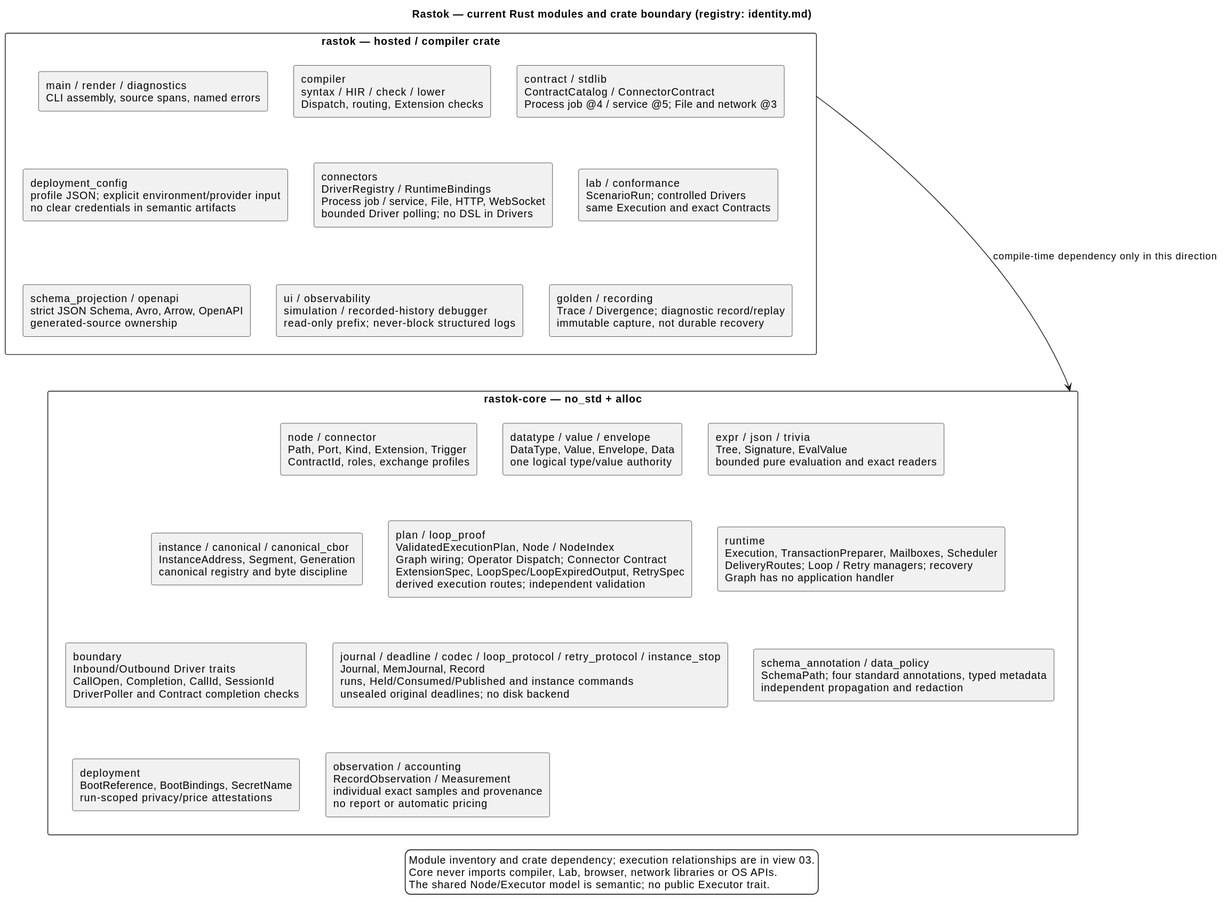
Above: docs/architecture/06-rastok-modules-overview.svg in rastok-io/rastok (PlantUML), before the change.
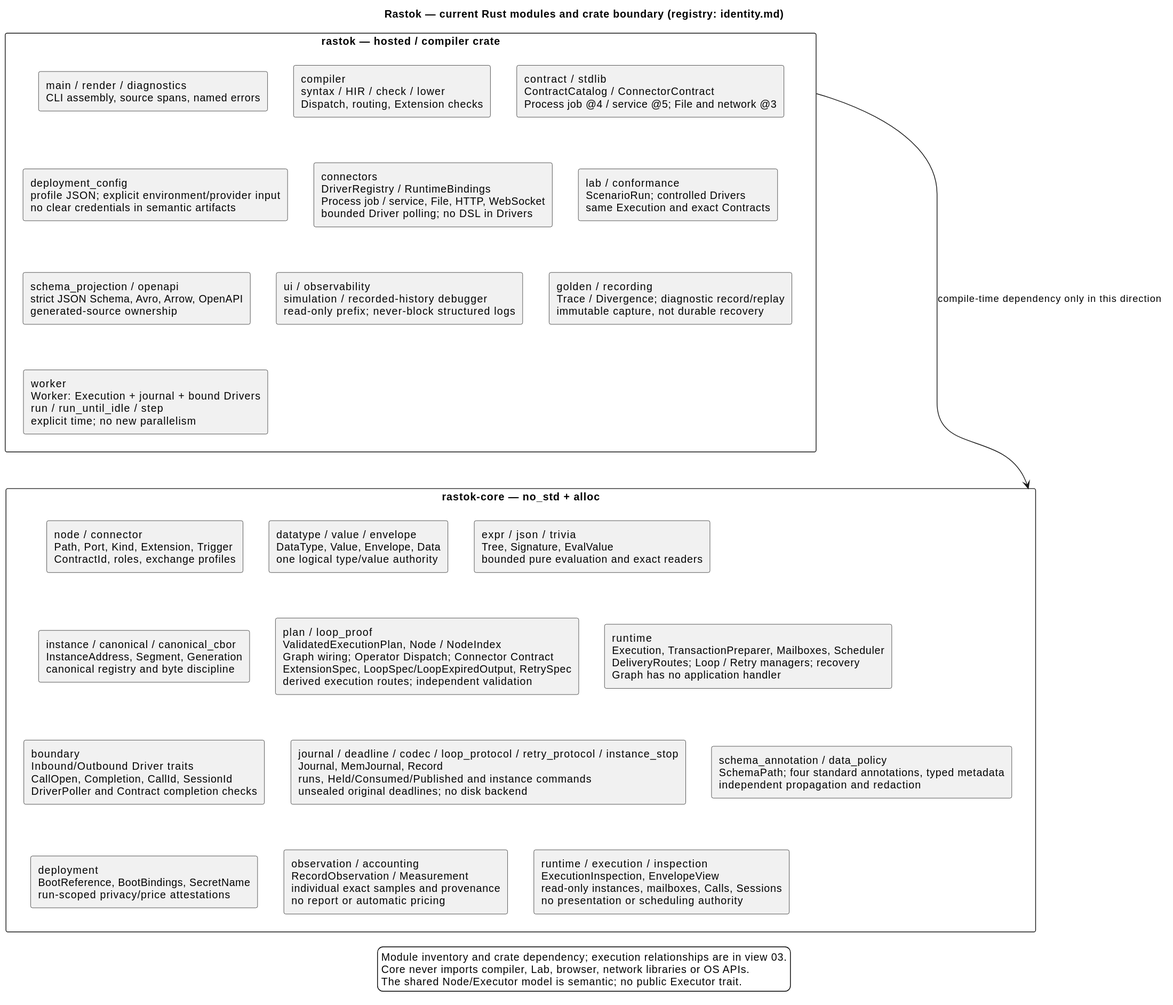
The same file after the commit.

Change to the diagram source:
```diff
@@ -13,6 +13,7 @@
   rectangle "connectors\nDriverRegistry / RuntimeBindings\nProcess job / service, File, HTTP, WebSocket\nbounded Driver polling; no DSL in Drivers" as DRIVERS
   rectangle "deployment_config\nprofile JSON; explicit environment/provider input\nno clear credentials in semantic artifacts" as CONFIG
   rectangle "lab / conformance\nScenarioRun; controlled Drivers\nsame Execution and exact Contracts" as LAB
+  rectangle "worker\nWorker: Execution + journal + bound Drivers\nrun / run_until_idle / step\nexplicit time; no new parallelism" as WORKER
   rectangle "ui / observability\nsimulation / recorded-history debugger\nread-only prefix; never-block structured logs" as UI
   rectangle "golden / recording\nTrace / Divergence; diagnostic record/replay\nimmutable capture, not durable recovery" as GOLDEN
 }
@@ -24,6 +25,7 @@
   rectangle "instance / canonical / canonical_cbor\nInstanceAddress, Segment, Generation\ncanonical registry and byte discipline" as IDENTITY
   rectangle "plan / loop_proof\nValidatedExecutionPlan, Node / NodeIndex\nGraph wiring; Operator Dispatch; Connector Contract\nExtensionSpec, LoopSpec/LoopExpiredOutput, RetrySpec\nderived execution routes; independent validation" as PLAN
   rectangle "runtime\nExecution, TransactionPreparer, Mailboxes, Scheduler\nDeliveryRoutes; Loop / Retry managers; recovery\nGraph has no application handler" as VM
+  rectangle "runtime / execution / inspection\nExecutionInspection, EnvelopeView\nread-only instances, mailboxes, Calls, Sessions\nno presentation or scheduling authority" as INSPECTION
   rectangle "boundary\nInbound/Outbound Driver traits\nCallOpen, Completion, CallId, SessionId\nDriverPoller and Contract completion checks" as BOUNDARY
   rectangle "journal / deadline / codec / loop_protocol / retry_protocol / instance_stop\nJournal, MemJournal, Record\nruns, Held/Consumed/Published and instance commands\nunsealed original deadlines; no disk backend" as JOURNAL
   rectangle "schema_annotation / data_policy\nSchemaPath; four standard annotations, typed metadata\nindependent propagation and redaction" as POLICY
@@ -39,7 +41,8 @@
 CONFIG -[hidden]down-> SCHEMA
 SCHEMA -[hidden]right-> UI
 UI -[hidden]right-> GOLDEN
-GOLDEN -[hidden]down-> NODE
+SCHEMA -[hidden]down-> WORKER
+WORKER -[hidden]down-> NODE
 NODE -[hidden]right-> DATA
 DATA -[hidden]right-> EXPR
 NODE -[hidden]down-> IDENTITY
@@ -50,6 +53,7 @@
 JOURNAL -[hidden]right-> POLICY
 BOUNDARY -[hidden]down-> DEPLOY
 DEPLOY -[hidden]right-> REPORT
+REPORT -[hidden]right-> INSPECTION
 
 HOSTED -down-> CORE : compile-time dependency only in this direction
 
```
